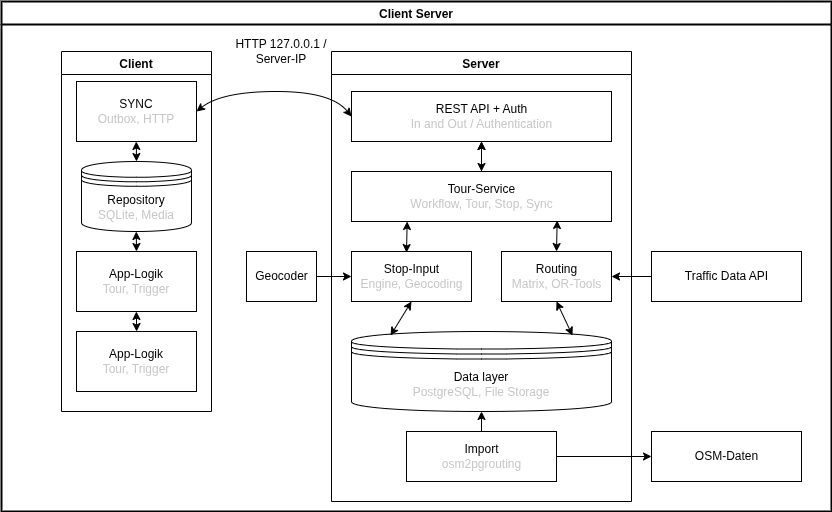
Above: docs/architecture/data-architecture.drawio.png in gabrielbindi/VoBi-Tour (draw.io), before the change. Source tidied: cells renumbered, new cells last; positions are measured from the earlier drawing's top-left corner, leaving out a move shared by most shapes.
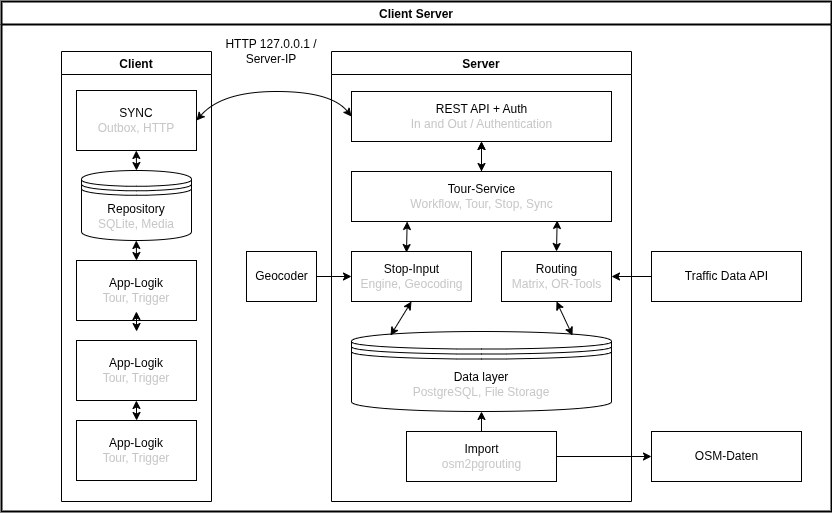
After the change.

The edit, as a diff of the source:
```diff
@@ -51,30 +51,30 @@
       <mxGeometry relative="1" as="geometry" />
     </mxCell>
     <mxCell id="17" value="Client" style="swimlane;strokeColor=#000000;" parent="2" vertex="1">
-      <mxGeometry x="60" y="50" width="150" height="360" as="geometry" />
+      <mxGeometry x="60" y="50" width="150" height="450" as="geometry" />
     </mxCell>
     <mxCell id="18" value="SYNC&lt;br&gt;&lt;font color=&quot;#c7c7c7&quot;&gt;Outbox, HTTP&lt;/font&gt;" style="rounded=0;whiteSpace=wrap;html=1;" parent="17" vertex="1">
-      <mxGeometry x="15" y="30" width="120" height="60" as="geometry" />
+      <mxGeometry x="15" y="39" width="120" height="60" as="geometry" />
     </mxCell>
     <mxCell id="19" value="Repository&lt;br&gt;&lt;font color=&quot;#c7c7c7&quot;&gt;SQLite, Media&lt;/font&gt;" style="shape=datastore;whiteSpace=wrap;html=1;" parent="17" vertex="1">
-      <mxGeometry x="20" y="110" width="110" height="70" as="geometry" />
+      <mxGeometry x="20" y="119" width="110" height="70" as="geometry" />
     </mxCell>
     <mxCell id="20" value="App-Logik&lt;br&gt;&lt;font color=&quot;#c7c7c7&quot;&gt;Tour, Trigger&lt;/font&gt;" style="rounded=0;whiteSpace=wrap;html=1;" parent="17" vertex="1">
-      <mxGeometry x="15" y="200" width="120" height="60" as="geometry" />
+      <mxGeometry x="15" y="209" width="120" height="60" as="geometry" />
     </mxCell>
     <mxCell id="21" value="App-Logik&lt;br&gt;&lt;font color=&quot;#c7c7c7&quot;&gt;Tour, Trigger&lt;/font&gt;" style="rounded=0;whiteSpace=wrap;html=1;" parent="17" vertex="1">
-      <mxGeometry x="15" y="280" width="120" height="60" as="geometry" />
+      <mxGeometry x="15" y="289" width="120" height="60" as="geometry" />
     </mxCell>
     <mxCell id="22" style="endArrow=classic;startArrow=classic;html=1;strokeColor=#000000;fontColor=#C7C7C7;entryX=0.5;entryY=1;entryDx=0;entryDy=0;" parent="17" edge="1">
       <mxGeometry relative="1" as="geometry">
-        <mxPoint x="75" y="110" as="sourcePoint" />
-        <mxPoint x="74.8" y="90" as="targetPoint" />
+        <mxPoint x="75" y="119" as="sourcePoint" />
+        <mxPoint x="74.8" y="99" as="targetPoint" />
       </mxGeometry>
     </mxCell>
     <mxCell id="23" style="endArrow=classic;startArrow=classic;html=1;strokeColor=#000000;fontColor=#C7C7C7;entryX=0.5;entryY=1;entryDx=0;entryDy=0;" parent="17" edge="1">
       <mxGeometry relative="1" as="geometry">
-        <mxPoint x="75" y="200" as="sourcePoint" />
-        <mxPoint x="74.8" y="180" as="targetPoint" />
+        <mxPoint x="75" y="209" as="sourcePoint" />
+        <mxPoint x="74.8" y="189" as="targetPoint" />
       </mxGeometry>
     </mxCell>
     <mxCell id="24" style="endArrow=classic;startArrow=classic;html=1;strokeColor=#000000;fontColor=#C7C7C7;entryX=0.5;entryY=1;entryDx=0;entryDy=0;" parent="17" edge="1">
@@ -83,6 +83,15 @@
         <mxPoint x="74.9" y="260" as="targetPoint" />
       </mxGeometry>
     </mxCell>
+    <mxCell id="33" value="App-Logik&lt;br&gt;&lt;font color=&quot;#c7c7c7&quot;&gt;Tour, Trigger&lt;/font&gt;" style="rounded=0;whiteSpace=wrap;html=1;" parent="17" vertex="1">
+      <mxGeometry x="15" y="369" width="120" height="60" as="geometry" />
+    </mxCell>
+    <mxCell id="34" style="endArrow=classic;startArrow=classic;html=1;strokeColor=#000000;fontColor=#C7C7C7;entryX=0.5;entryY=1;entryDx=0;entryDy=0;" parent="17" edge="1">
+      <mxGeometry relative="1" as="geometry">
+        <mxPoint x="75.1" y="369" as="sourcePoint" />
+        <mxPoint x="74.9" y="349" as="targetPoint" />
+      </mxGeometry>
+    </mxCell>
     <mxCell id="25" style="curved=1;endArrow=classic;html=1;exitX=0;exitY=0.5;exitDx=0;exitDy=0;entryX=1;entryY=0.5;entryDx=0;entryDy=0;strokeColor=#000000;endFill=1;startArrow=classic;startFill=1;" parent="2" edge="1" source="4" target="18">
       <mxGeometry x="0.12" y="-7.13" relative="1" as="geometry">
         <Array as="points">
@@ -92,7 +101,7 @@
       </mxGeometry>
     </mxCell>
     <mxCell id="26" value="&lt;font color=&quot;#000000&quot;&gt;HTTP 127.0.0.1 / Server-IP&lt;/font&gt;" style="text;html=1;align=center;verticalAlign=middle;whiteSpace=wrap;rounded=0;" parent="2" vertex="1">
-      <mxGeometry x="220" y="20" width="120" height="60" as="geometry" />
+      <mxGeometry x="210" y="20" width="120" height="60" as="geometry" />
     </mxCell>
     <mxCell id="27" value="Traffic Data API" style="html=1;" parent="2" vertex="1">
       <mxGeometry x="650" y="250" width="150" height="50" as="geometry" />
```
